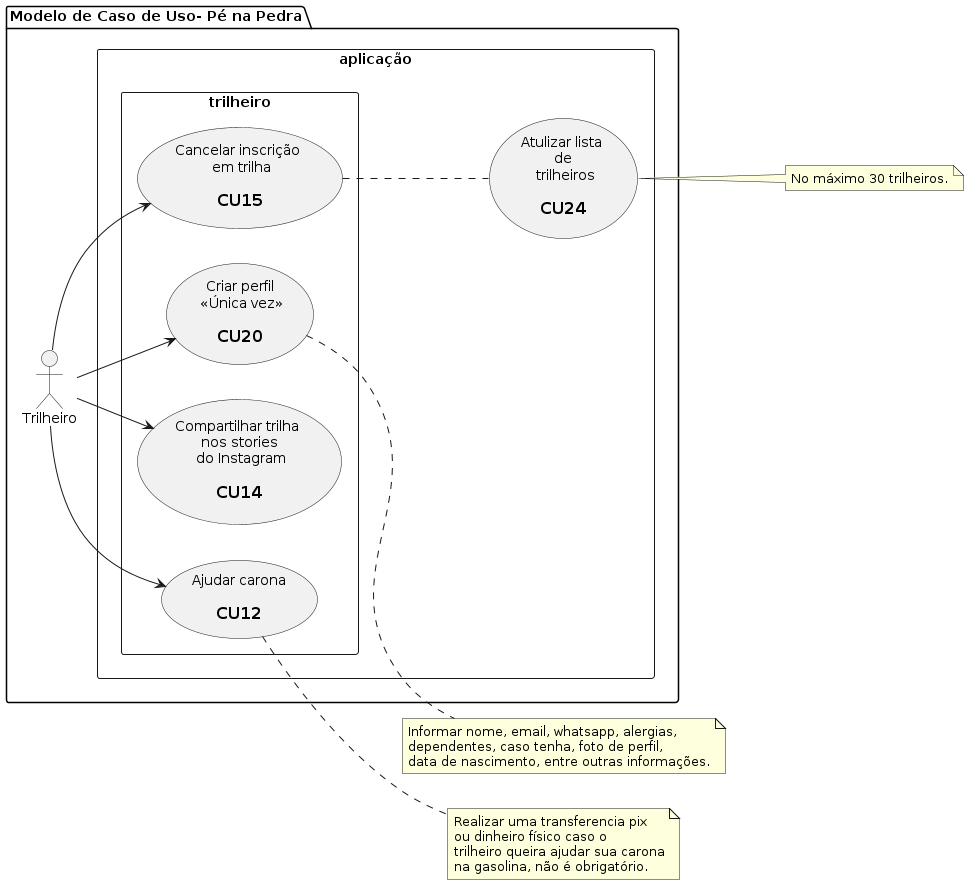
This is docs/diagrams/out/pe_na_pedra_usecase_7.png from tiagors09/pe_na_pedra, a PlantUML export, as it was before one commit. Source of this version:
```plantuml
@startuml pe_na_pedra_usecase_7
  left to right direction

  package "Modelo de Caso de Uso- Pé na Pedra" {
    :Trilheiro: as tr

    rectangle aplicação {
      usecase uc24 as "Atulizar lista \n de \n trilheiros\n
      == CU24"

      rectangle trilheiro {
        usecase uc20 as "Criar perfil\n <<Única vez>>\n
          == CU20"
        usecase uc12 as "Ajudar carona\n
          == CU12"
        usecase uc14 as "Compartilhar trilha \n nos stories \n do Instagram\n
          == CU14"
        usecase uc15 as "Cancelar inscrição \n em trilha\n
          == CU15"
      }
    }
  }

  note right of uc12
    Realizar uma transferencia pix
    ou dinheiro físico caso o
    trilheiro queira ajudar sua carona
    na gasolina, não é obrigatório.
  end note

  note right of uc20
    Informar nome, email, whatsapp, alergias,
    dependentes, caso tenha, foto de perfil,
    data de nascimento, entre outras informações.
  end note

  note right of uc24
    No máximo 30 trilheiros.
  end note

  uc15 .. uc24

  tr --> uc20
  tr --> uc12
  tr --> uc14
  tr --> uc15
@enduml
```
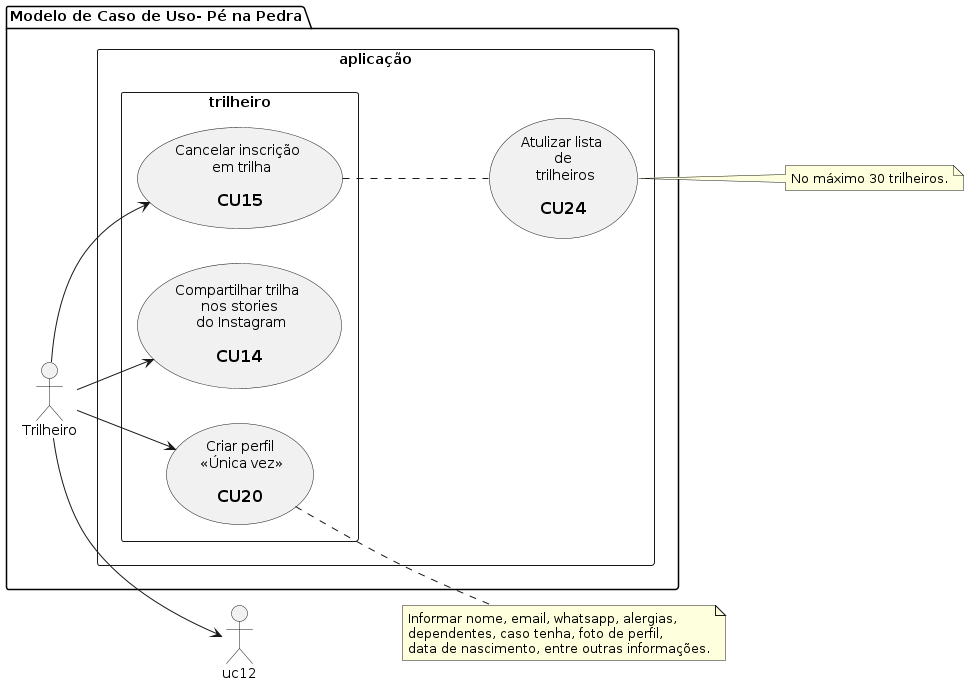
Later version of the same file.

Diff of the diagram source:
```diff
@@ -11,8 +11,6 @@
       rectangle trilheiro {
         usecase uc20 as "Criar perfil\n <<Única vez>>\n
           == CU20"
-        usecase uc12 as "Ajudar carona\n
-          == CU12"
         usecase uc14 as "Compartilhar trilha \n nos stories \n do Instagram\n
           == CU14"
         usecase uc15 as "Cancelar inscrição \n em trilha\n
@@ -20,13 +18,6 @@
       }
     }
   }
-
-  note right of uc12
-    Realizar uma transferencia pix
-    ou dinheiro físico caso o
-    trilheiro queira ajudar sua carona
-    na gasolina, não é obrigatório.
-  end note
 
   note right of uc20
     Informar nome, email, whatsapp, alergias,
```
